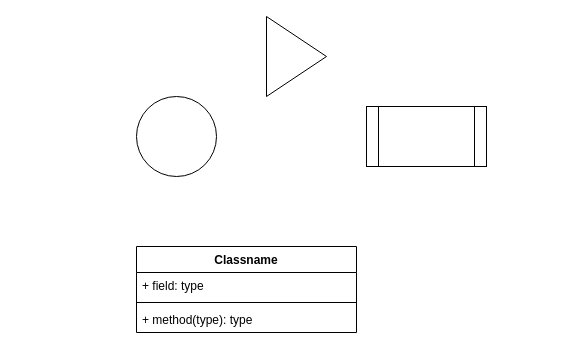
jasonhu/blog keeps this draw.io diagram as demo1.drawio. Above is the earlier version. Source tidied: cells renumbered, new cells numbered last; positions are measured from the earlier drawing's top-left corner, leaving out a move shared by most shapes. Both pictures are drawn from the tidied source at 100%, with x=0, y=0 at pixel (136, 16).
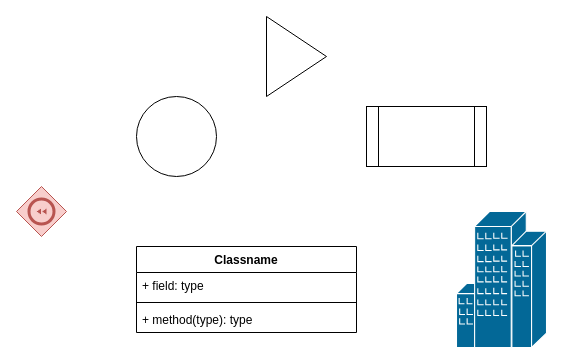
Above is the later version.

Change to the diagram source:
```diff
@@
 <mxGraphModel>
   <root>
     <mxCell id="0" />
     <mxCell id="1" parent="0" />
     <mxCell id="2" style="ellipse;whiteSpace=wrap;html=1;" parent="1" vertex="1">
       <mxGeometry y="80" width="80" height="80" as="geometry" />
     </mxCell>
     <mxCell id="3" style="shape=process;whiteSpace=wrap;html=1;backgroundOutline=1;" parent="1" vertex="1">
       <mxGeometry x="230" y="90" width="120" height="60" as="geometry" />
     </mxCell>
     <mxCell id="4" style="triangle;whiteSpace=wrap;html=1;" parent="1" vertex="1">
       <mxGeometry x="130" width="60" height="80" as="geometry" />
     </mxCell>
     <mxCell id="5" value="Classname" style="swimlane;fontStyle=1;align=center;verticalAlign=top;horizontal=1;startSize=26;" parent="1" vertex="1">
       <mxGeometry y="230" width="220" height="86" as="geometry" />
     </mxCell>
     <mxCell id="6" value="+ field: type" style="text;strokeColor=none;fillColor=none;align=left;verticalAlign=top;spacingLeft=4;spacingRight=4;overflow=hidden;" parent="5" vertex="1">
       <mxGeometry y="26" width="220" height="26" as="geometry" />
     </mxCell>
     <mxCell id="7" style="line;strokeWidth=1;fillColor=none;align=left;verticalAlign=middle;spacingTop=-1;spacingLeft=3;spacingRight=3;labelPosition=right;" parent="5" vertex="1">
       <mxGeometry y="52" width="220" height="8" as="geometry" />
     </mxCell>
     <mxCell id="8" value="+ method(type): type" style="text;strokeColor=none;fillColor=none;align=left;verticalAlign=top;spacingLeft=4;spacingRight=4;overflow=hidden;" parent="5" vertex="1">
       <mxGeometry y="60" width="220" height="26" as="geometry" />
     </mxCell>
+    <mxCell id="9" style="shape=mxgraph.bpmn.shape;html=1;verticalLabelPosition=bottom;labelBackgroundColor=#ffffff;verticalAlign=top;align=center;perimeter=rhombusPerimeter;background=gateway;outline=end;symbol=compensation;fillColor=#f8cecc;strokeColor=#b85450;" parent="1" vertex="1">
+      <mxGeometry x="-120" y="170" width="50" height="50" as="geometry" />
+    </mxCell>
+    <mxCell id="10" style="shape=mxgraph.cisco.buildings.generic_building;html=1;dashed=0;fillColor=#036897;strokeColor=#ffffff;strokeWidth=2;verticalLabelPosition=bottom;verticalAlign=top;align=center;" parent="1" vertex="1">
+      <mxGeometry x="320" y="195" width="90" height="136" as="geometry" />
+    </mxCell>
   </root>
 </mxGraphModel>
```
